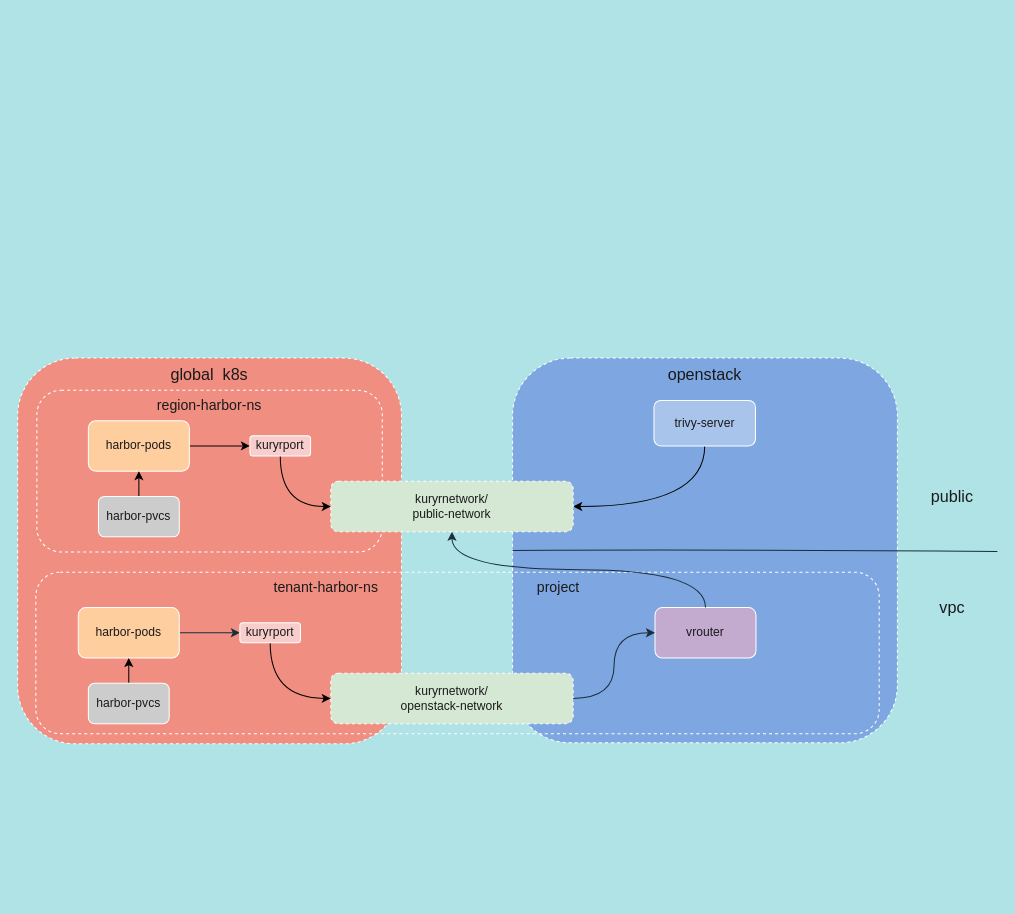
Before: 容器镜像服务.drawio in Riverdd/picture, a draw.io diagram. Source tidied: cells renumbered, new cells numbered last; positions are measured from the earlier drawing's top-left corner, leaving out a move shared by most shapes. Both pictures are drawn from the tidied source at 101%, with x=0, y=0 at pixel (17, 358).
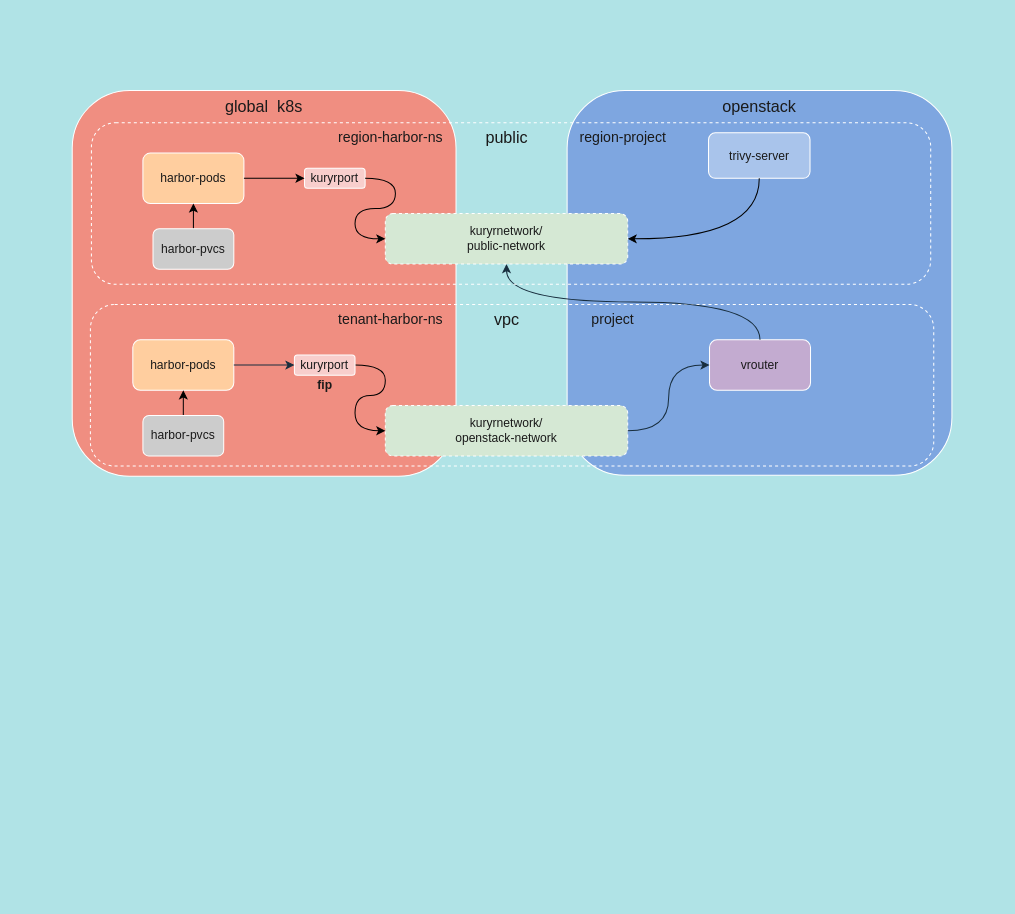
The same page after the edit.

Commit message:
已添加 容器镜像服务.drawio

Diff of the diagram source:
```diff
@@
+    <mxCell id="30" style="group;rotation=90;" parent="1" vertex="1">
+      <mxGeometry x="289" y="-93" width="871" height="382" as="geometry" />
+    </mxCell>
+    <mxCell id="31" style="group;" parent="30" vertex="1">
+      <mxGeometry x="-235" y="-172" width="871" height="382" as="geometry" />
+    </mxCell>
-    <mxCell id="2" value="global &amp;nbsp;k8s" style="rounded=1;whiteSpace=wrap;html=1;fontSize=16;dashed=1;verticalAlign=top;fillColor=#F08E81;strokeColor=#FFFFFF;fontColor=#1A1A1A;" parent="1" vertex="1">
+    <mxCell id="2" value="global &amp;nbsp;k8s" style="rounded=1;whiteSpace=wrap;html=1;fontSize=16;verticalAlign=top;fillColor=#F08E81;strokeColor=#FFFFFF;fontColor=#1A1A1A;" parent="31" vertex="1">
       <mxGeometry width="380" height="382" as="geometry" />
     </mxCell>
-    <mxCell id="3" value="&lt;font style=&quot;font-size: 16px;&quot;&gt;openstack&lt;/font&gt;" style="whiteSpace=wrap;html=1;dashed=1;align=center;verticalAlign=top;rounded=1;fillColor=#7EA6E0;strokeColor=#FFFFFF;fontColor=#1A1A1A;" parent="1" vertex="1">
+    <mxCell id="3" value="&lt;font style=&quot;font-size: 16px;&quot;&gt;openstack&lt;/font&gt;" style="whiteSpace=wrap;html=1;align=center;verticalAlign=top;rounded=1;fillColor=#7EA6E0;strokeColor=#FFFFFF;fontColor=#1A1A1A;" parent="31" vertex="1">
       <mxGeometry x="490" width="381" height="381" as="geometry" />
     </mxCell>
-    <mxCell id="4" style="endArrow=none;html=1;rounded=1;fontSize=12;curved=1;labelBackgroundColor=#B0E3E6;strokeColor=#182E3E;fontColor=#1A1A1A;exitX=0;exitY=0.5;exitDx=0;exitDy=0;" parent="1" edge="1" source="3">
-      <mxGeometry relative="1" as="geometry">
-        <mxPoint x="970" y="191.5" as="targetPoint" />
-        <Array as="points">
-          <mxPoint x="700" y="189.5" />
-        </Array>
-      </mxGeometry>
-    </mxCell>
-    <mxCell id="5" value="public" style="text;html=1;align=center;verticalAlign=middle;fillColor=none;strokeColor=none;rounded=1;fontSize=16;fontColor=#1A1A1A;" parent="1" vertex="1">
-      <mxGeometry x="890" y="122" width="70" height="30" as="geometry" />
+    <mxCell id="5" value="public" style="text;html=1;align=center;verticalAlign=middle;fillColor=none;strokeColor=none;rounded=1;fontSize=16;fontColor=#1A1A1A;" parent="31" vertex="1">
+      <mxGeometry x="395" y="32" width="70" height="30" as="geometry" />
     </mxCell>
-    <mxCell id="6" value="vpc" style="text;html=1;align=center;verticalAlign=middle;fillColor=none;strokeColor=none;rounded=1;fontSize=16;fontColor=#1A1A1A;" parent="1" vertex="1">
-      <mxGeometry x="900" y="232" width="50" height="30" as="geometry" />
+    <mxCell id="6" value="vpc" style="text;html=1;align=center;verticalAlign=middle;fillColor=none;strokeColor=none;rounded=1;fontSize=16;fontColor=#1A1A1A;" parent="31" vertex="1">
+      <mxGeometry x="405" y="212" width="50" height="30" as="geometry" />
     </mxCell>
-    <mxCell id="7" style="rounded=1;whiteSpace=wrap;html=1;dashed=1;labelBackgroundColor=#B0E3E6;fontSize=14;verticalAlign=top;fillColor=none;strokeColor=#FFFFFF;fontColor=#1A1A1A;" parent="1" vertex="1">
+    <mxCell id="7" style="rounded=1;whiteSpace=wrap;html=1;dashed=1;labelBackgroundColor=#B0E3E6;fontSize=14;verticalAlign=top;fillColor=none;strokeColor=#FFFFFF;fontColor=#1A1A1A;" parent="31" vertex="1">
       <mxGeometry x="18" y="212" width="835" height="160" as="geometry" />
     </mxCell>
-    <mxCell id="8" style="edgeStyle=orthogonalEdgeStyle;curved=1;rounded=1;jettySize=auto;html=1;exitX=1;exitY=0.5;exitDx=0;exitDy=0;entryX=0;entryY=0.5;entryDx=0;entryDy=0;fontSize=12;labelBackgroundColor=#B0E3E6;strokeColor=#182E3E;fontColor=#1A1A1A;" parent="1" edge="1" source="9" target="14">
-      <mxGeometry relative="1" as="geometry" />
-    </mxCell>
-    <mxCell id="9" value="harbor-pods" style="rounded=1;whiteSpace=wrap;html=1;fontSize=12;fillColor=#FFCE9F;strokeColor=#FFFFFF;fontColor=#1A1A1A;" parent="1" vertex="1">
+    <mxCell id="9" value="harbor-pods" style="rounded=1;whiteSpace=wrap;html=1;fontSize=12;fillColor=#FFCE9F;strokeColor=#FFFFFF;fontColor=#1A1A1A;" parent="31" vertex="1">
       <mxGeometry x="60" y="247" width="100" height="50" as="geometry" />
     </mxCell>
-    <mxCell id="10" style="edgeStyle=orthogonalEdgeStyle;rounded=1;jettySize=auto;html=1;exitX=0.5;exitY=0;exitDx=0;exitDy=0;entryX=0.5;entryY=1;entryDx=0;entryDy=0;curved=1;" parent="1" edge="1" source="11" target="9">
+    <mxCell id="10" style="edgeStyle=orthogonalEdgeStyle;rounded=1;jettySize=auto;html=1;exitX=0.5;exitY=0;exitDx=0;exitDy=0;entryX=0.5;entryY=1;entryDx=0;entryDy=0;curved=1;" parent="31" edge="1" source="11" target="9">
       <mxGeometry relative="1" as="geometry" />
     </mxCell>
-    <mxCell id="11" value="harbor-pvcs" style="rounded=1;whiteSpace=wrap;html=1;fontSize=12;fillColor=#CCCCCC;strokeColor=#FFFFFF;fontColor=#1A1A1A;" parent="1" vertex="1">
+    <mxCell id="11" value="harbor-pvcs" style="rounded=1;whiteSpace=wrap;html=1;fontSize=12;fillColor=#CCCCCC;strokeColor=#FFFFFF;fontColor=#1A1A1A;" parent="31" vertex="1">
       <mxGeometry x="70" y="322" width="80" height="40" as="geometry" />
     </mxCell>
-    <mxCell id="12" value="kuryrnetwork/&lt;br&gt;openstack-network" style="rounded=1;whiteSpace=wrap;html=1;fontSize=12;dashed=1;fillColor=#D5E8D4;strokeColor=#FFFFFF;fontColor=#1A1A1A;" parent="1" vertex="1">
+    <mxCell id="12" value="kuryrnetwork/&lt;br&gt;openstack-network" style="rounded=1;whiteSpace=wrap;html=1;fontSize=12;dashed=1;fillColor=#D5E8D4;strokeColor=#FFFFFF;fontColor=#1A1A1A;" parent="31" vertex="1">
       <mxGeometry x="310" y="312" width="240" height="50" as="geometry" />
     </mxCell>
-    <mxCell id="13" style="edgeStyle=orthogonalEdgeStyle;curved=1;rounded=1;jettySize=auto;html=1;exitX=0.5;exitY=1;exitDx=0;exitDy=0;entryX=0;entryY=0.5;entryDx=0;entryDy=0;" parent="1" edge="1" source="14" target="12">
-      <mxGeometry relative="1" as="geometry" />
+    <mxCell id="13" style="edgeStyle=orthogonalEdgeStyle;rounded=1;jettySize=auto;html=1;exitX=1;exitY=0.5;exitDx=0;exitDy=0;entryX=0;entryY=0.5;entryDx=0;entryDy=0;curved=1;" parent="31" edge="1" source="14" target="12">
+      <mxGeometry relative="1" as="geometry">
+        <Array as="points">
+          <mxPoint x="310" y="272" />
+          <mxPoint x="310" y="302" />
+          <mxPoint x="280" y="302" />
+          <mxPoint x="280" y="337" />
+        </Array>
+      </mxGeometry>
     </mxCell>
-    <mxCell id="14" value="&lt;span style=&quot;&quot;&gt;kuryrport&lt;/span&gt;" style="rounded=1;whiteSpace=wrap;html=1;labelBackgroundColor=none;fontSize=12;fillColor=#F8CECC;strokeColor=#FFFFFF;fontColor=#1A1A1A;" parent="1" vertex="1">
+    <mxCell id="14" value="&lt;span style=&quot;&quot;&gt;kuryrport&lt;/span&gt;" style="rounded=1;whiteSpace=wrap;html=1;labelBackgroundColor=none;fontSize=12;fillColor=#F8CECC;strokeColor=#FFFFFF;fontColor=#1A1A1A;" parent="31" vertex="1">
       <mxGeometry x="220" y="262" width="60" height="20" as="geometry" />
     </mxCell>
+    <mxCell id="8" style="edgeStyle=orthogonalEdgeStyle;rounded=1;jettySize=auto;html=1;exitX=1;exitY=0.5;exitDx=0;exitDy=0;entryX=0;entryY=0.5;entryDx=0;entryDy=0;fontSize=12;labelBackgroundColor=#B0E3E6;strokeColor=#182E3E;fontColor=#1A1A1A;curved=1;" parent="31" edge="1" source="9" target="14">
+      <mxGeometry relative="1" as="geometry" />
+    </mxCell>
-    <mxCell id="15" value="vrouter" style="rounded=1;whiteSpace=wrap;html=1;fontSize=12;fillColor=#C3ABD0;strokeColor=#FFFFFF;fontColor=#1A1A1A;" parent="1" vertex="1">
+    <mxCell id="15" value="vrouter" style="rounded=1;whiteSpace=wrap;html=1;fontSize=12;fillColor=#C3ABD0;strokeColor=#FFFFFF;fontColor=#1A1A1A;" parent="31" vertex="1">
       <mxGeometry x="631" y="247" width="100" height="50" as="geometry" />
     </mxCell>
-    <mxCell id="16" style="edgeStyle=orthogonalEdgeStyle;curved=1;rounded=1;jettySize=auto;html=1;exitX=1;exitY=0.5;exitDx=0;exitDy=0;entryX=0;entryY=0.5;entryDx=0;entryDy=0;fontSize=16;labelBackgroundColor=#B0E3E6;strokeColor=#182E3E;fontColor=#1A1A1A;" parent="1" edge="1" source="12" target="15">
+    <mxCell id="16" style="edgeStyle=orthogonalEdgeStyle;rounded=1;jettySize=auto;html=1;exitX=1;exitY=0.5;exitDx=0;exitDy=0;entryX=0;entryY=0.5;entryDx=0;entryDy=0;fontSize=16;labelBackgroundColor=#B0E3E6;strokeColor=#182E3E;fontColor=#1A1A1A;curved=1;" parent="31" edge="1" source="12" target="15">
       <mxGeometry relative="1" as="geometry" />
     </mxCell>
-    <mxCell id="17" style="edgeStyle=orthogonalEdgeStyle;curved=1;rounded=1;jettySize=auto;html=1;exitX=0.5;exitY=0;exitDx=0;exitDy=0;entryX=0.5;entryY=1;entryDx=0;entryDy=0;fontSize=14;labelBackgroundColor=#B0E3E6;strokeColor=#182E3E;fontColor=#1A1A1A;" parent="1" edge="1" source="15" target="29">
+    <mxCell id="17" style="edgeStyle=orthogonalEdgeStyle;rounded=1;jettySize=auto;html=1;exitX=0.5;exitY=0;exitDx=0;exitDy=0;entryX=0.5;entryY=1;entryDx=0;entryDy=0;fontSize=14;labelBackgroundColor=#B0E3E6;strokeColor=#182E3E;fontColor=#1A1A1A;curved=1;" parent="31" edge="1" source="15" target="29">
       <mxGeometry relative="1" as="geometry" />
     </mxCell>
-    <mxCell id="18" value="&lt;span style=&quot;caret-color: rgb(26, 26, 26); color: rgb(26, 26, 26); font-family: Helvetica; font-size: 14px; font-style: normal; font-variant-caps: normal; font-weight: 400; letter-spacing: normal; text-align: center; text-indent: 0px; text-transform: none; word-spacing: 0px; -webkit-text-stroke-width: 0px; text-decoration: none; float: none; display: inline !important;&quot;&gt;tenant-harbor-ns&lt;/span&gt;" style="text;html=1;align=center;verticalAlign=middle;strokeColor=none;fillColor=none;labelBackgroundColor=none;rounded=1;" parent="1" vertex="1">
-      <mxGeometry x="240" y="212" width="130" height="30" as="geometry" />
+    <mxCell id="18" value="&lt;span style=&quot;caret-color: rgb(26, 26, 26); color: rgb(26, 26, 26); font-family: Helvetica; font-size: 14px; font-style: normal; font-variant-caps: normal; font-weight: 400; letter-spacing: normal; text-align: center; text-indent: 0px; text-transform: none; word-spacing: 0px; -webkit-text-stroke-width: 0px; text-decoration: none; float: none; display: inline !important;&quot;&gt;tenant-harbor-ns&lt;/span&gt;" style="text;html=1;align=center;verticalAlign=middle;strokeColor=none;fillColor=none;labelBackgroundColor=none;rounded=1;" parent="31" vertex="1">
+      <mxGeometry x="250" y="212" width="130" height="30" as="geometry" />
     </mxCell>
-    <mxCell id="19" style="edgeStyle=orthogonalEdgeStyle;rounded=1;jettySize=auto;html=1;exitX=0.5;exitY=1;exitDx=0;exitDy=0;entryX=1;entryY=0.5;entryDx=0;entryDy=0;curved=1;" parent="1" edge="1" source="20" target="29">
-      <mxGeometry relative="1" as="geometry" />
-    </mxCell>
-    <mxCell id="20" value="&lt;span style=&quot;&quot;&gt;trivy-server&lt;/span&gt;" style="rounded=1;whiteSpace=wrap;html=1;labelBackgroundColor=none;fontSize=12;fillColor=#A9C4EB;strokeColor=#FFFFFF;fontColor=#1A1A1A;" parent="1" vertex="1">
+    <mxCell id="20" value="&lt;span style=&quot;&quot;&gt;trivy-server&lt;/span&gt;" style="rounded=1;whiteSpace=wrap;html=1;labelBackgroundColor=none;fontSize=12;fillColor=#A9C4EB;strokeColor=#FFFFFF;fontColor=#1A1A1A;" parent="31" vertex="1">
       <mxGeometry x="630" y="42" width="100.5" height="45" as="geometry" />
     </mxCell>
-    <mxCell id="21" value="&lt;font color=&quot;#1a1a1a&quot;&gt;&lt;span style=&quot;caret-color: rgb(26, 26, 26); font-size: 14px;&quot;&gt;project&lt;/span&gt;&lt;/font&gt;" style="text;html=1;align=center;verticalAlign=middle;strokeColor=none;fillColor=none;labelBackgroundColor=none;rounded=1;" parent="1" vertex="1">
+    <mxCell id="21" value="&lt;font color=&quot;#1a1a1a&quot;&gt;&lt;span style=&quot;caret-color: rgb(26, 26, 26); font-size: 14px;&quot;&gt;project&lt;/span&gt;&lt;/font&gt;" style="text;html=1;align=center;verticalAlign=middle;strokeColor=none;fillColor=none;labelBackgroundColor=none;rounded=1;" parent="31" vertex="1">
       <mxGeometry x="500" y="212" width="70" height="30" as="geometry" />
     </mxCell>
-    <mxCell id="22" value="&lt;span style=&quot;&quot;&gt;region-harbor-ns&lt;/span&gt;" style="rounded=1;whiteSpace=wrap;html=1;dashed=1;labelBackgroundColor=none;fontSize=14;verticalAlign=top;fillColor=none;strokeColor=#FFFFFF;fontColor=#1A1A1A;" parent="1" vertex="1">
-      <mxGeometry x="19" y="32" width="342" height="160" as="geometry" />
+    <mxCell id="22" style="rounded=1;whiteSpace=wrap;html=1;dashed=1;labelBackgroundColor=none;fontSize=14;verticalAlign=top;fillColor=none;strokeColor=#FFFFFF;fontColor=#1A1A1A;" parent="31" vertex="1">
+      <mxGeometry x="19" y="32" width="831" height="160" as="geometry" />
     </mxCell>
-    <mxCell id="23" style="edgeStyle=orthogonalEdgeStyle;curved=1;rounded=1;jettySize=auto;html=1;exitX=1;exitY=0.5;exitDx=0;exitDy=0;entryX=0;entryY=0.5;entryDx=0;entryDy=0;" parent="1" edge="1" source="24" target="28">
-      <mxGeometry relative="1" as="geometry" />
-    </mxCell>
-    <mxCell id="24" value="harbor-pods" style="rounded=1;whiteSpace=wrap;html=1;fontSize=12;fillColor=#FFCE9F;strokeColor=#FFFFFF;fontColor=#1A1A1A;" parent="1" vertex="1">
+    <mxCell id="24" value="harbor-pods" style="rounded=1;whiteSpace=wrap;html=1;fontSize=12;fillColor=#FFCE9F;strokeColor=#FFFFFF;fontColor=#1A1A1A;" parent="31" vertex="1">
       <mxGeometry x="70" y="62" width="100" height="50" as="geometry" />
     </mxCell>
-    <mxCell id="25" style="edgeStyle=orthogonalEdgeStyle;curved=1;rounded=1;jettySize=auto;html=1;exitX=0.5;exitY=0;exitDx=0;exitDy=0;entryX=0.5;entryY=1;entryDx=0;entryDy=0;" parent="1" edge="1" source="26" target="24">
+    <mxCell id="25" style="edgeStyle=orthogonalEdgeStyle;rounded=1;jettySize=auto;html=1;exitX=0.5;exitY=0;exitDx=0;exitDy=0;entryX=0.5;entryY=1;entryDx=0;entryDy=0;curved=1;" parent="31" edge="1" source="26" target="24">
       <mxGeometry relative="1" as="geometry" />
     </mxCell>
-    <mxCell id="26" value="harbor-pvcs" style="rounded=1;whiteSpace=wrap;html=1;fontSize=12;fillColor=#CCCCCC;strokeColor=#FFFFFF;fontColor=#1A1A1A;" parent="1" vertex="1">
+    <mxCell id="26" value="harbor-pvcs" style="rounded=1;whiteSpace=wrap;html=1;fontSize=12;fillColor=#CCCCCC;strokeColor=#FFFFFF;fontColor=#1A1A1A;" parent="31" vertex="1">
       <mxGeometry x="80" y="137" width="80" height="40" as="geometry" />
     </mxCell>
+    <mxCell id="28" value="&lt;span style=&quot;&quot;&gt;kuryrport&lt;/span&gt;" style="rounded=1;whiteSpace=wrap;html=1;labelBackgroundColor=none;fontSize=12;fillColor=#F8CECC;strokeColor=#FFFFFF;fontColor=#1A1A1A;" parent="31" vertex="1">
+      <mxGeometry x="230" y="77" width="60" height="20" as="geometry" />
+    </mxCell>
+    <mxCell id="23" style="edgeStyle=orthogonalEdgeStyle;rounded=1;jettySize=auto;html=1;exitX=1;exitY=0.5;exitDx=0;exitDy=0;entryX=0;entryY=0.5;entryDx=0;entryDy=0;curved=1;" parent="31" edge="1" source="24" target="28">
+      <mxGeometry relative="1" as="geometry" />
+    </mxCell>
+    <mxCell id="29" value="kuryrnetwork/&lt;br&gt;public-network" style="rounded=1;whiteSpace=wrap;html=1;labelBackgroundColor=none;fontSize=12;dashed=1;fillColor=#D5E8D4;strokeColor=#FFFFFF;fontColor=#1A1A1A;" parent="31" vertex="1">
+      <mxGeometry x="310" y="122" width="240" height="50" as="geometry" />
+    </mxCell>
+    <mxCell id="19" style="edgeStyle=orthogonalEdgeStyle;rounded=1;jettySize=auto;html=1;exitX=0.5;exitY=1;exitDx=0;exitDy=0;entryX=1;entryY=0.5;entryDx=0;entryDy=0;curved=1;" parent="31" edge="1" source="20" target="29">
+      <mxGeometry relative="1" as="geometry" />
+    </mxCell>
-    <mxCell id="27" style="edgeStyle=orthogonalEdgeStyle;curved=1;rounded=1;jettySize=auto;html=1;exitX=0.5;exitY=1;exitDx=0;exitDy=0;entryX=0;entryY=0.5;entryDx=0;entryDy=0;" parent="1" edge="1" source="28" target="29">
-      <mxGeometry relative="1" as="geometry" />
+    <mxCell id="27" style="edgeStyle=orthogonalEdgeStyle;rounded=1;jettySize=auto;html=1;exitX=1;exitY=0.5;exitDx=0;exitDy=0;entryX=0;entryY=0.5;entryDx=0;entryDy=0;curved=1;" parent="31" edge="1" source="28" target="29">
+      <mxGeometry relative="1" as="geometry">
+        <Array as="points">
+          <mxPoint x="320" y="87" />
+          <mxPoint x="320" y="117" />
+          <mxPoint x="280" y="117" />
+          <mxPoint x="280" y="147" />
+        </Array>
+      </mxGeometry>
     </mxCell>
-    <mxCell id="28" value="&lt;span style=&quot;&quot;&gt;kuryrport&lt;/span&gt;" style="rounded=1;whiteSpace=wrap;html=1;labelBackgroundColor=none;fontSize=12;fillColor=#F8CECC;strokeColor=#FFFFFF;fontColor=#1A1A1A;" parent="1" vertex="1">
-      <mxGeometry x="230" y="77" width="60" height="20" as="geometry" />
-    </mxCell>
-    <mxCell id="29" value="kuryrnetwork/&lt;br&gt;public-network" style="rounded=1;whiteSpace=wrap;html=1;labelBackgroundColor=none;fontSize=12;dashed=1;fillColor=#D5E8D4;strokeColor=#FFFFFF;fontColor=#1A1A1A;" parent="1" vertex="1">
-      <mxGeometry x="310" y="122" width="240" height="50" as="geometry" />
-    </mxCell>
+    <mxCell id="32" value="fip" style="text;html=1;align=center;verticalAlign=middle;strokeColor=none;fillColor=none;fontColor=#1A1A1A;fontStyle=1;" parent="31" vertex="1">
+      <mxGeometry x="230" y="277" width="40" height="30" as="geometry" />
+    </mxCell>
+    <mxCell id="33" value="&lt;span style=&quot;font-size: 14px;&quot;&gt;region-harbor-ns&lt;/span&gt;" style="text;html=1;align=center;verticalAlign=middle;strokeColor=none;fillColor=none;fontColor=#1A1A1A;" parent="31" vertex="1">
+      <mxGeometry x="250" y="32" width="130" height="30" as="geometry" />
+    </mxCell>
+    <mxCell id="34" value="&lt;font color=&quot;#1a1a1a&quot;&gt;&lt;span style=&quot;caret-color: rgb(26, 26, 26); font-size: 14px;&quot;&gt;region-project&lt;/span&gt;&lt;/font&gt;" style="text;html=1;align=center;verticalAlign=middle;strokeColor=none;fillColor=none;labelBackgroundColor=none;rounded=1;" parent="31" vertex="1">
+      <mxGeometry x="490" y="32" width="110" height="30" as="geometry" />
+    </mxCell>
```
